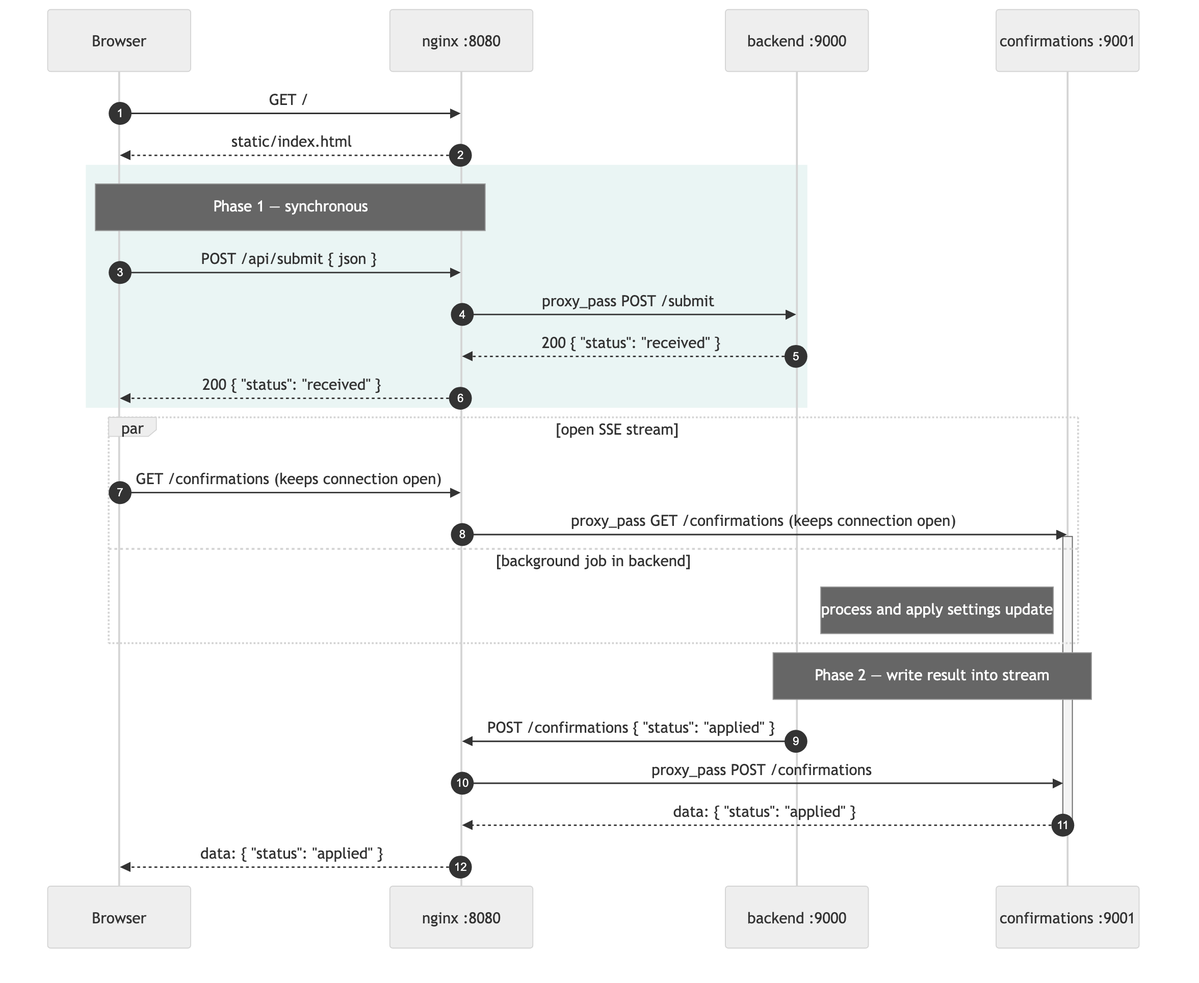
Above: docs/sequence-diagram.png in rwirdemann/sse-ngnix (Mermaid), before the change. Its source is kept beside it as docs/sequence-diagram.mmd.
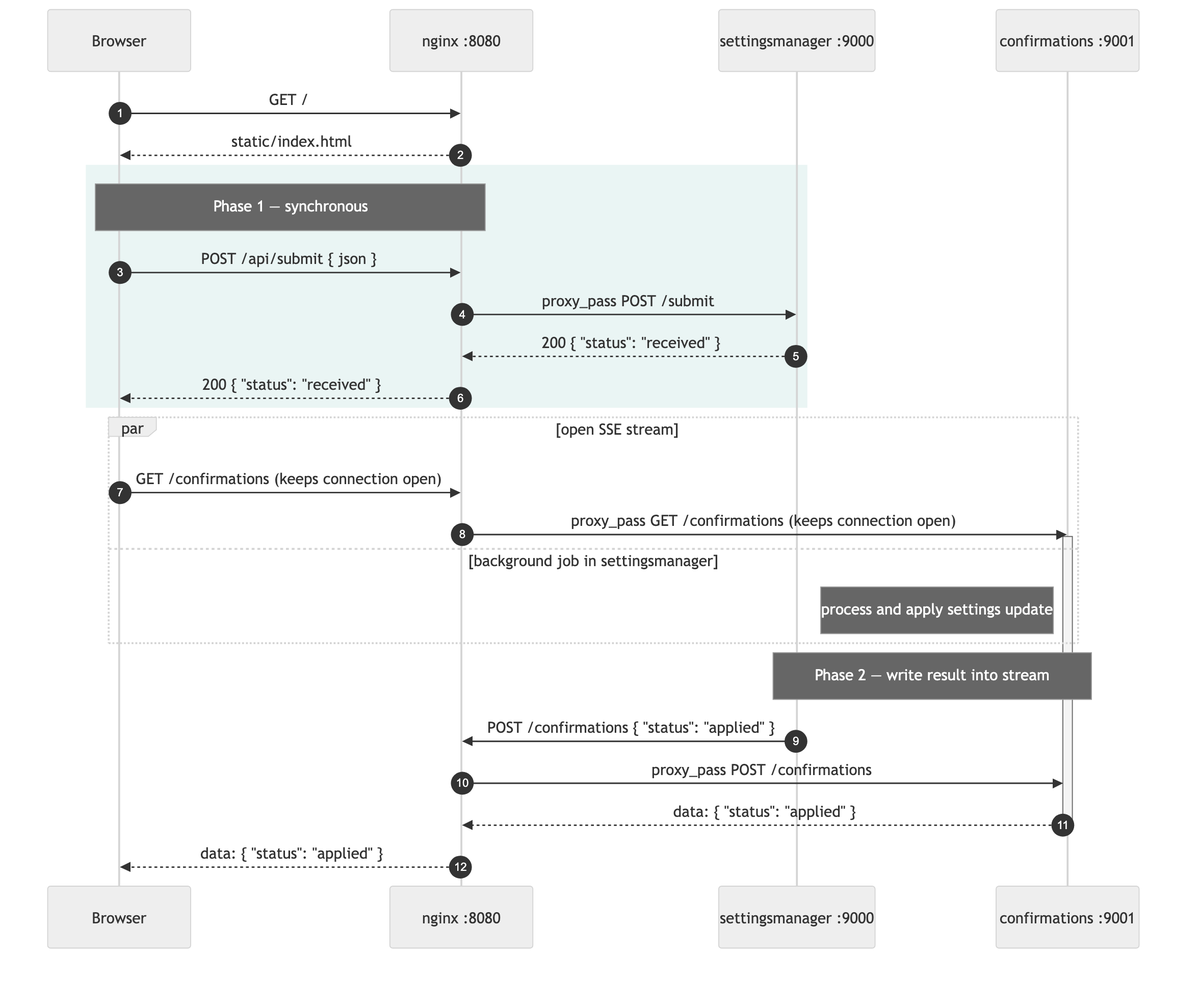
The same file after the commit.

Commit message:
refactor: rename backend service to settingsmanager

Diff of the diagram source:
```diff
@@ -3,7 +3,7 @@
     autonumber
     participant B as Browser
     participant N as nginx :8080
-    participant S as backend :9000
+    participant S as settingsmanager :9000
     participant C as confirmations :9001
 
     B->>N: GET /
@@ -21,7 +21,7 @@
         B->>N: GET /confirmations (keeps connection open)
         N->>C: proxy_pass GET /confirmations (keeps connection open)
         activate C
-    and background job in backend
+    and background job in settingsmanager
         Note right of S: process and apply settings update
     end
 
```
